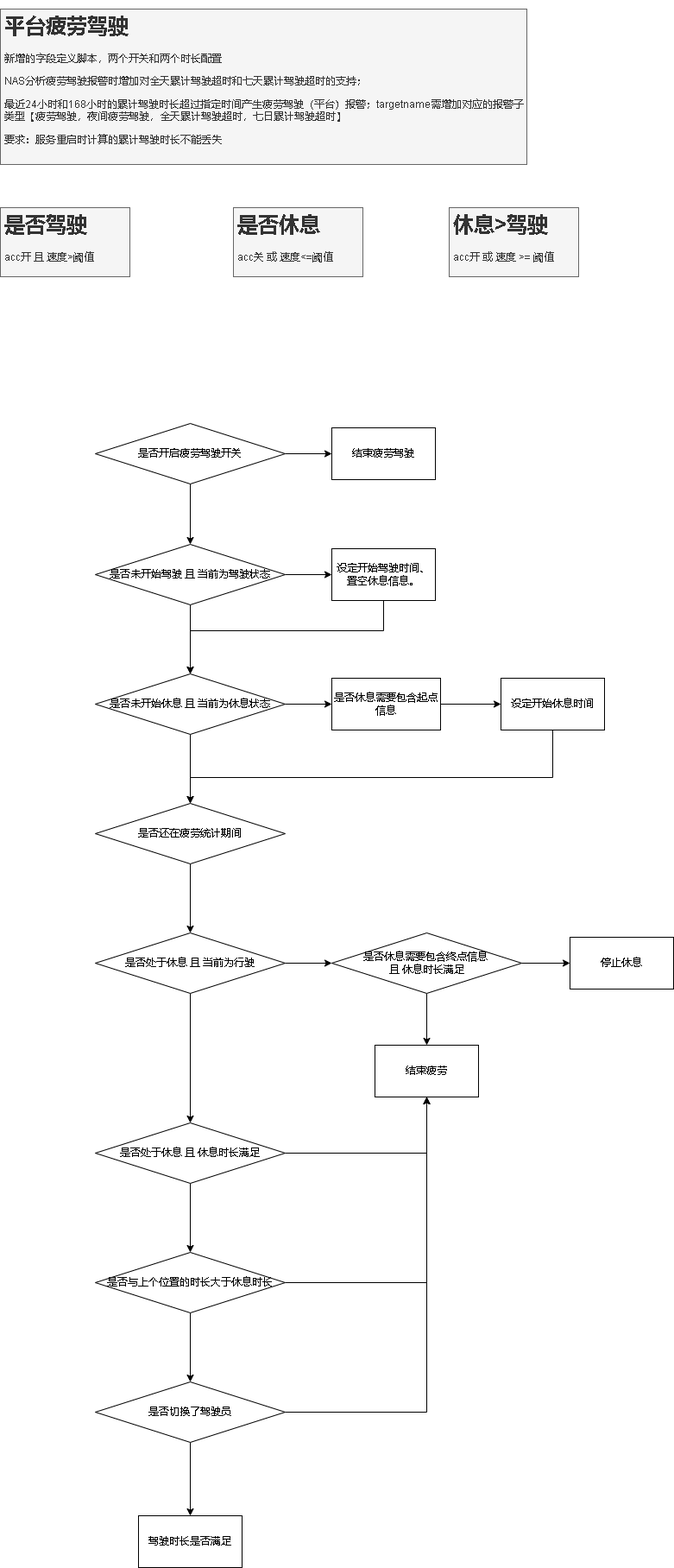
This is 平台疲劳驾驶.drawio.png from xktder/draw, a draw.io export, as it was before one commit. Source tidied: cells renumbered, new cells last; positions are measured from the earlier drawing's top-left corner, leaving out a move shared by most shapes. Its diagram source:
```xml
<mxGraphModel>
  <root>
    <mxCell id="0" />
    <mxCell id="1" parent="0" />
    <mxCell id="2" value="&lt;h1&gt;平台疲劳驾驶&lt;/h1&gt;&lt;p&gt;新增的字段定义脚本，两个开关和两个时长配置&lt;/p&gt;&lt;p&gt;NAS分析疲劳驾驶报警时增加对全天累计驾驶超时和七天累计驾驶超时的支持；&lt;/p&gt;&lt;p&gt;最近24小时和168小时的累计驾驶时长超过指定时间产生疲劳驾驶（平台）报警；targetname需增加对应的报警子类型【疲劳驾驶，夜间疲劳驾驶，全天累计驾驶超时，七日累计驾驶超时】&lt;/p&gt;&lt;p&gt;要求：服务重启时计算的累计驾驶时长不能丢失&lt;/p&gt;" style="text;html=1;strokeColor=#666666;fillColor=#f5f5f5;spacing=5;spacingTop=-20;whiteSpace=wrap;overflow=hidden;rounded=0;fontColor=#333333;" parent="1" vertex="1">
      <mxGeometry width="610" height="180" as="geometry" />
    </mxCell>
    <mxCell id="3" value="&lt;h1&gt;是否驾驶&lt;/h1&gt;&lt;div&gt;acc开 且 速度&amp;gt;阈值&lt;/div&gt;" style="text;html=1;spacing=5;spacingTop=-20;whiteSpace=wrap;overflow=hidden;rounded=0;fillColor=#f5f5f5;fontColor=#333333;strokeColor=#666666;" parent="1" vertex="1">
      <mxGeometry y="230" width="150" height="80" as="geometry" />
    </mxCell>
    <mxCell id="4" value="&lt;h1&gt;是否休息&lt;/h1&gt;&lt;div&gt;acc关 或 速度&amp;lt;=阈值&lt;/div&gt;" style="text;html=1;spacing=5;spacingTop=-20;whiteSpace=wrap;overflow=hidden;rounded=0;fillColor=#f5f5f5;fontColor=#333333;strokeColor=#666666;" parent="1" vertex="1">
      <mxGeometry x="270" y="230" width="150" height="80" as="geometry" />
    </mxCell>
    <mxCell id="5" value="&lt;h1&gt;休息&amp;gt;驾驶&lt;/h1&gt;&lt;div&gt;acc开 或 速度 &amp;gt;= 阈值&lt;/div&gt;" style="text;html=1;spacing=5;spacingTop=-20;whiteSpace=wrap;overflow=hidden;rounded=0;fillColor=#f5f5f5;fontColor=#333333;strokeColor=#666666;" parent="1" vertex="1">
      <mxGeometry x="520" y="230" width="150" height="80" as="geometry" />
    </mxCell>
    <mxCell id="6" style="edgeStyle=orthogonalEdgeStyle;rounded=0;jettySize=auto;html=1;" parent="1" edge="1" source="8" target="9">
      <mxGeometry relative="1" as="geometry" />
    </mxCell>
    <mxCell id="7" style="edgeStyle=orthogonalEdgeStyle;rounded=0;jettySize=auto;html=1;" parent="1" edge="1" source="8" target="12">
      <mxGeometry relative="1" as="geometry" />
    </mxCell>
    <mxCell id="8" value="是否开启疲劳驾驶开关" style="rhombus;whiteSpace=wrap;html=1;" parent="1" vertex="1">
      <mxGeometry x="110" y="480" width="220" height="70" as="geometry" />
    </mxCell>
    <mxCell id="9" value="结束疲劳驾驶" style="whiteSpace=wrap;html=1;" parent="1" vertex="1">
      <mxGeometry x="384" y="485" width="120" height="60" as="geometry" />
    </mxCell>
    <mxCell id="10" style="edgeStyle=orthogonalEdgeStyle;rounded=0;jettySize=auto;html=1;" parent="1" edge="1" source="12" target="14">
      <mxGeometry relative="1" as="geometry" />
    </mxCell>
    <mxCell id="11" style="edgeStyle=orthogonalEdgeStyle;rounded=0;jettySize=auto;html=1;" parent="1" edge="1" source="12" target="17">
      <mxGeometry relative="1" as="geometry" />
    </mxCell>
    <mxCell id="12" value="是否未开始驾驶 且 当前为驾驶状态" style="rhombus;whiteSpace=wrap;html=1;" parent="1" vertex="1">
      <mxGeometry x="110" y="620" width="220" height="70" as="geometry" />
    </mxCell>
    <mxCell id="13" style="edgeStyle=orthogonalEdgeStyle;rounded=0;jettySize=auto;html=1;entryX=0.5;entryY=0;entryDx=0;entryDy=0;" parent="1" edge="1" source="14" target="17">
      <mxGeometry relative="1" as="geometry">
        <Array as="points">
          <mxPoint x="444" y="720" />
          <mxPoint x="220" y="720" />
        </Array>
      </mxGeometry>
    </mxCell>
    <mxCell id="14" value="设定开始驾驶时间、&lt;br&gt;置空休息信息。" style="whiteSpace=wrap;html=1;" parent="1" vertex="1">
      <mxGeometry x="384" y="625" width="120" height="60" as="geometry" />
    </mxCell>
    <mxCell id="15" style="edgeStyle=orthogonalEdgeStyle;rounded=0;jettySize=auto;html=1;entryX=0;entryY=0.5;entryDx=0;entryDy=0;" parent="1" edge="1" source="17" target="19">
      <mxGeometry relative="1" as="geometry" />
    </mxCell>
    <mxCell id="16" style="edgeStyle=orthogonalEdgeStyle;rounded=0;jettySize=auto;html=1;" parent="1" edge="1" source="17" target="23">
      <mxGeometry relative="1" as="geometry" />
    </mxCell>
    <mxCell id="17" value="是否未开始休息 且 当前为休息状态" style="rhombus;whiteSpace=wrap;html=1;" parent="1" vertex="1">
      <mxGeometry x="110" y="770" width="220" height="70" as="geometry" />
    </mxCell>
    <mxCell id="18" style="edgeStyle=orthogonalEdgeStyle;rounded=0;jettySize=auto;html=1;" parent="1" edge="1" source="19" target="21">
      <mxGeometry relative="1" as="geometry" />
    </mxCell>
    <mxCell id="19" value="是否休息需要包含起点信息" style="rounded=0;whiteSpace=wrap;html=1;fontFamily=Helvetica;fontSize=12;fontColor=default;align=center;strokeColor=default;fillColor=default;" parent="1" vertex="1">
      <mxGeometry x="384" y="775" width="126" height="60" as="geometry" />
    </mxCell>
    <mxCell id="20" style="edgeStyle=orthogonalEdgeStyle;rounded=0;jettySize=auto;html=1;entryX=0.5;entryY=0;entryDx=0;entryDy=0;" parent="1" edge="1" source="21" target="23">
      <mxGeometry relative="1" as="geometry">
        <Array as="points">
          <mxPoint x="640" y="890" />
          <mxPoint x="220" y="890" />
        </Array>
      </mxGeometry>
    </mxCell>
    <mxCell id="21" value="设定开始休息时间" style="whiteSpace=wrap;html=1;" parent="1" vertex="1">
      <mxGeometry x="580" y="775" width="120" height="60" as="geometry" />
    </mxCell>
    <mxCell id="22" style="edgeStyle=orthogonalEdgeStyle;rounded=0;jettySize=auto;html=1;" parent="1" edge="1" source="23" target="26">
      <mxGeometry relative="1" as="geometry" />
    </mxCell>
    <mxCell id="23" value="是否还在疲劳统计期间" style="rhombus;whiteSpace=wrap;html=1;" parent="1" vertex="1">
      <mxGeometry x="110" y="920" width="220" height="70" as="geometry" />
    </mxCell>
    <mxCell id="24" style="edgeStyle=orthogonalEdgeStyle;rounded=0;jettySize=auto;html=1;" parent="1" edge="1" source="26" target="29">
      <mxGeometry relative="1" as="geometry" />
    </mxCell>
    <mxCell id="25" style="edgeStyle=orthogonalEdgeStyle;rounded=0;jettySize=auto;html=1;" parent="1" edge="1" source="26" target="34">
      <mxGeometry relative="1" as="geometry" />
    </mxCell>
    <mxCell id="26" value="是否处于休息 且 当前为行驶" style="rhombus;whiteSpace=wrap;html=1;" parent="1" vertex="1">
      <mxGeometry x="110" y="1070" width="220" height="70" as="geometry" />
    </mxCell>
    <mxCell id="27" style="edgeStyle=orthogonalEdgeStyle;rounded=0;jettySize=auto;html=1;entryX=0.5;entryY=0;entryDx=0;entryDy=0;" parent="1" edge="1" source="29" target="30">
      <mxGeometry relative="1" as="geometry" />
    </mxCell>
    <mxCell id="28" style="edgeStyle=orthogonalEdgeStyle;rounded=0;jettySize=auto;html=1;entryX=0;entryY=0.5;entryDx=0;entryDy=0;" parent="1" edge="1" source="29" target="31">
      <mxGeometry relative="1" as="geometry" />
    </mxCell>
    <mxCell id="29" value="是否休息需要包含终点信息 &lt;br&gt;且 休息时长满足" style="rhombus;whiteSpace=wrap;html=1;" parent="1" vertex="1">
      <mxGeometry x="384" y="1070" width="220" height="70" as="geometry" />
    </mxCell>
    <mxCell id="30" value="结束疲劳" style="whiteSpace=wrap;html=1;" parent="1" vertex="1">
      <mxGeometry x="434" y="1200" width="120" height="60" as="geometry" />
    </mxCell>
    <mxCell id="31" value="停止休息" style="whiteSpace=wrap;html=1;" parent="1" vertex="1">
      <mxGeometry x="660" y="1075" width="120" height="60" as="geometry" />
    </mxCell>
    <mxCell id="32" style="edgeStyle=orthogonalEdgeStyle;rounded=0;jettySize=auto;html=1;entryX=0.5;entryY=1;entryDx=0;entryDy=0;" parent="1" edge="1" source="34" target="30">
      <mxGeometry relative="1" as="geometry" />
    </mxCell>
    <mxCell id="33" style="edgeStyle=orthogonalEdgeStyle;rounded=0;jettySize=auto;html=1;" parent="1" edge="1" source="34" target="37">
      <mxGeometry relative="1" as="geometry" />
    </mxCell>
    <mxCell id="34" value="是否处于休息 且 休息时长满足" style="rhombus;whiteSpace=wrap;html=1;" parent="1" vertex="1">
      <mxGeometry x="110" y="1290" width="220" height="70" as="geometry" />
    </mxCell>
    <mxCell id="35" style="edgeStyle=orthogonalEdgeStyle;rounded=0;jettySize=auto;html=1;entryX=0.5;entryY=1;entryDx=0;entryDy=0;" parent="1" edge="1" source="37" target="30">
      <mxGeometry relative="1" as="geometry" />
    </mxCell>
    <mxCell id="36" style="edgeStyle=orthogonalEdgeStyle;rounded=0;jettySize=auto;html=1;" parent="1" edge="1" source="37" target="40">
      <mxGeometry relative="1" as="geometry" />
    </mxCell>
    <mxCell id="37" value="是否与上个位置的时长大于休息时长" style="rhombus;whiteSpace=wrap;html=1;" parent="1" vertex="1">
      <mxGeometry x="110" y="1440" width="220" height="70" as="geometry" />
    </mxCell>
    <mxCell id="38" style="edgeStyle=orthogonalEdgeStyle;rounded=0;jettySize=auto;html=1;entryX=0.5;entryY=1;entryDx=0;entryDy=0;" parent="1" edge="1" source="40" target="30">
      <mxGeometry relative="1" as="geometry" />
    </mxCell>
    <mxCell id="39" style="edgeStyle=orthogonalEdgeStyle;rounded=0;jettySize=auto;html=1;" parent="1" edge="1" source="40" target="41">
      <mxGeometry relative="1" as="geometry" />
    </mxCell>
    <mxCell id="40" value="是否切换了驾驶员" style="rhombus;whiteSpace=wrap;html=1;" parent="1" vertex="1">
      <mxGeometry x="110" y="1590" width="220" height="70" as="geometry" />
    </mxCell>
    <mxCell id="41" value="驾驶时长是否满足" style="whiteSpace=wrap;html=1;" parent="1" vertex="1">
      <mxGeometry x="160" y="1745" width="120" height="60" as="geometry" />
    </mxCell>
  </root>
</mxGraphModel>
```
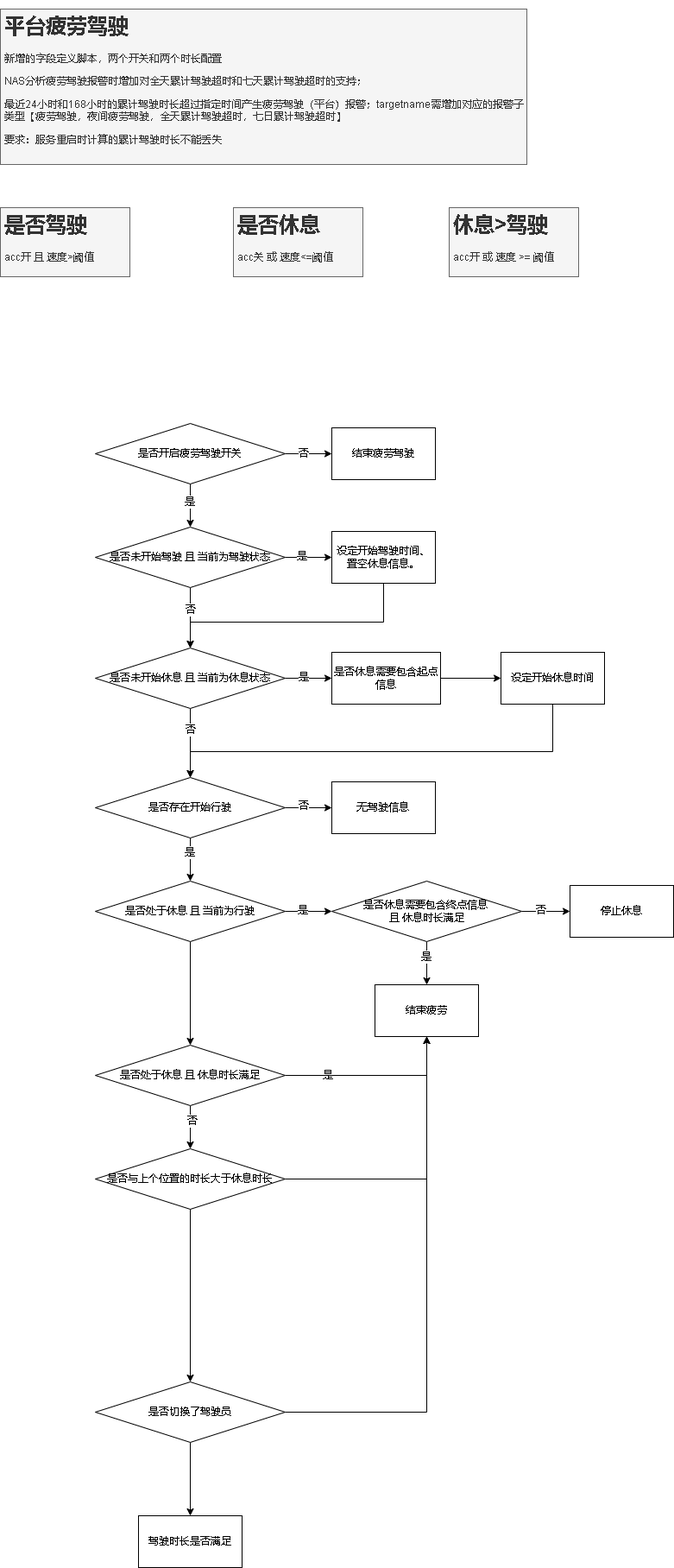
After the change.

Commit message:
更新平台疲劳驾驶.drawio.png

What changed in the source:
```diff
@@ -17,9 +17,15 @@
     <mxCell id="6" style="edgeStyle=orthogonalEdgeStyle;rounded=0;jettySize=auto;html=1;" parent="1" edge="1" source="8" target="9">
       <mxGeometry relative="1" as="geometry" />
     </mxCell>
+    <mxCell id="42" value="否" style="edgeLabel;html=1;align=center;verticalAlign=middle;" parent="6" vertex="1">
+      <mxGeometry x="-0.22" relative="1" as="geometry" />
+    </mxCell>
     <mxCell id="7" style="edgeStyle=orthogonalEdgeStyle;rounded=0;jettySize=auto;html=1;" parent="1" edge="1" source="8" target="12">
       <mxGeometry relative="1" as="geometry" />
     </mxCell>
+    <mxCell id="43" value="是" style="edgeLabel;html=1;align=center;verticalAlign=middle;" parent="7" vertex="1">
+      <mxGeometry x="-0.16" y="-1" relative="1" as="geometry" />
+    </mxCell>
     <mxCell id="8" value="是否开启疲劳驾驶开关" style="rhombus;whiteSpace=wrap;html=1;" parent="1" vertex="1">
       <mxGeometry x="110" y="480" width="220" height="70" as="geometry" />
     </mxCell>
@@ -29,87 +35,127 @@
     <mxCell id="10" style="edgeStyle=orthogonalEdgeStyle;rounded=0;jettySize=auto;html=1;" parent="1" edge="1" source="12" target="14">
       <mxGeometry relative="1" as="geometry" />
     </mxCell>
+    <mxCell id="44" value="是" style="edgeLabel;html=1;align=center;verticalAlign=middle;" parent="10" vertex="1">
+      <mxGeometry x="-0.29" y="1" relative="1" as="geometry" />
+    </mxCell>
     <mxCell id="11" style="edgeStyle=orthogonalEdgeStyle;rounded=0;jettySize=auto;html=1;" parent="1" edge="1" source="12" target="17">
       <mxGeometry relative="1" as="geometry" />
     </mxCell>
+    <mxCell id="45" value="否" style="edgeLabel;html=1;align=center;verticalAlign=middle;" parent="11" vertex="1">
+      <mxGeometry x="-0.26" y="1" relative="1" as="geometry">
+        <mxPoint x="-1" as="offset" />
+      </mxGeometry>
+    </mxCell>
     <mxCell id="12" value="是否未开始驾驶 且 当前为驾驶状态" style="rhombus;whiteSpace=wrap;html=1;" parent="1" vertex="1">
-      <mxGeometry x="110" y="620" width="220" height="70" as="geometry" />
+      <mxGeometry x="110" y="600" width="220" height="70" as="geometry" />
     </mxCell>
     <mxCell id="13" style="edgeStyle=orthogonalEdgeStyle;rounded=0;jettySize=auto;html=1;entryX=0.5;entryY=0;entryDx=0;entryDy=0;" parent="1" edge="1" source="14" target="17">
       <mxGeometry relative="1" as="geometry">
         <Array as="points">
-          <mxPoint x="444" y="720" />
-          <mxPoint x="220" y="720" />
+          <mxPoint x="444" y="710" />
+          <mxPoint x="220" y="710" />
         </Array>
       </mxGeometry>
     </mxCell>
     <mxCell id="14" value="设定开始驾驶时间、&lt;br&gt;置空休息信息。" style="whiteSpace=wrap;html=1;" parent="1" vertex="1">
-      <mxGeometry x="384" y="625" width="120" height="60" as="geometry" />
+      <mxGeometry x="384" y="605" width="120" height="60" as="geometry" />
     </mxCell>
     <mxCell id="15" style="edgeStyle=orthogonalEdgeStyle;rounded=0;jettySize=auto;html=1;entryX=0;entryY=0.5;entryDx=0;entryDy=0;" parent="1" edge="1" source="17" target="19">
       <mxGeometry relative="1" as="geometry" />
     </mxCell>
+    <mxCell id="46" value="是" style="edgeLabel;html=1;align=center;verticalAlign=middle;" parent="15" vertex="1">
+      <mxGeometry x="-0.24" y="1" relative="1" as="geometry" />
+    </mxCell>
     <mxCell id="16" style="edgeStyle=orthogonalEdgeStyle;rounded=0;jettySize=auto;html=1;" parent="1" edge="1" source="17" target="23">
       <mxGeometry relative="1" as="geometry" />
     </mxCell>
+    <mxCell id="47" value="否" style="edgeLabel;html=1;align=center;verticalAlign=middle;" parent="16" vertex="1">
+      <mxGeometry x="-0.39" relative="1" as="geometry" />
+    </mxCell>
     <mxCell id="17" value="是否未开始休息 且 当前为休息状态" style="rhombus;whiteSpace=wrap;html=1;" parent="1" vertex="1">
-      <mxGeometry x="110" y="770" width="220" height="70" as="geometry" />
+      <mxGeometry x="110" y="740" width="220" height="70" as="geometry" />
     </mxCell>
     <mxCell id="18" style="edgeStyle=orthogonalEdgeStyle;rounded=0;jettySize=auto;html=1;" parent="1" edge="1" source="19" target="21">
       <mxGeometry relative="1" as="geometry" />
     </mxCell>
     <mxCell id="19" value="是否休息需要包含起点信息" style="rounded=0;whiteSpace=wrap;html=1;fontFamily=Helvetica;fontSize=12;fontColor=default;align=center;strokeColor=default;fillColor=default;" parent="1" vertex="1">
-      <mxGeometry x="384" y="775" width="126" height="60" as="geometry" />
+      <mxGeometry x="384" y="745" width="126" height="60" as="geometry" />
     </mxCell>
     <mxCell id="20" style="edgeStyle=orthogonalEdgeStyle;rounded=0;jettySize=auto;html=1;entryX=0.5;entryY=0;entryDx=0;entryDy=0;" parent="1" edge="1" source="21" target="23">
       <mxGeometry relative="1" as="geometry">
         <Array as="points">
-          <mxPoint x="640" y="890" />
-          <mxPoint x="220" y="890" />
+          <mxPoint x="640" y="860" />
+          <mxPoint x="220" y="860" />
         </Array>
       </mxGeometry>
     </mxCell>
     <mxCell id="21" value="设定开始休息时间" style="whiteSpace=wrap;html=1;" parent="1" vertex="1">
-      <mxGeometry x="580" y="775" width="120" height="60" as="geometry" />
+      <mxGeometry x="580" y="745" width="120" height="60" as="geometry" />
     </mxCell>
     <mxCell id="22" style="edgeStyle=orthogonalEdgeStyle;rounded=0;jettySize=auto;html=1;" parent="1" edge="1" source="23" target="26">
       <mxGeometry relative="1" as="geometry" />
     </mxCell>
+    <mxCell id="48" value="是" style="edgeLabel;html=1;align=center;verticalAlign=middle;" parent="22" vertex="1">
+      <mxGeometry x="-0.31" y="-1" relative="1" as="geometry" />
+    </mxCell>
+    <mxCell id="49" style="edgeStyle=orthogonalEdgeStyle;rounded=0;jettySize=auto;html=1;" parent="1" edge="1" source="23" target="56">
+      <mxGeometry relative="1" as="geometry" />
+    </mxCell>
+    <mxCell id="50" value="否" style="edgeLabel;html=1;align=center;verticalAlign=middle;" parent="49" vertex="1">
+      <mxGeometry x="-0.24" y="2" relative="1" as="geometry" />
+    </mxCell>
-    <mxCell id="23" value="是否还在疲劳统计期间" style="rhombus;whiteSpace=wrap;html=1;" parent="1" vertex="1">
-      <mxGeometry x="110" y="920" width="220" height="70" as="geometry" />
+    <mxCell id="23" value="是否存在开始行驶" style="rhombus;whiteSpace=wrap;html=1;" parent="1" vertex="1">
+      <mxGeometry x="110" y="890" width="220" height="70" as="geometry" />
     </mxCell>
     <mxCell id="24" style="edgeStyle=orthogonalEdgeStyle;rounded=0;jettySize=auto;html=1;" parent="1" edge="1" source="26" target="29">
       <mxGeometry relative="1" as="geometry" />
     </mxCell>
+    <mxCell id="51" value="是" style="edgeLabel;html=1;align=center;verticalAlign=middle;" parent="24" vertex="1">
+      <mxGeometry x="-0.27" y="1" relative="1" as="geometry" />
+    </mxCell>
     <mxCell id="25" style="edgeStyle=orthogonalEdgeStyle;rounded=0;jettySize=auto;html=1;" parent="1" edge="1" source="26" target="34">
       <mxGeometry relative="1" as="geometry" />
     </mxCell>
     <mxCell id="26" value="是否处于休息 且 当前为行驶" style="rhombus;whiteSpace=wrap;html=1;" parent="1" vertex="1">
-      <mxGeometry x="110" y="1070" width="220" height="70" as="geometry" />
+      <mxGeometry x="110" y="1010" width="220" height="70" as="geometry" />
     </mxCell>
     <mxCell id="27" style="edgeStyle=orthogonalEdgeStyle;rounded=0;jettySize=auto;html=1;entryX=0.5;entryY=0;entryDx=0;entryDy=0;" parent="1" edge="1" source="29" target="30">
       <mxGeometry relative="1" as="geometry" />
     </mxCell>
+    <mxCell id="52" value="是" style="edgeLabel;html=1;align=center;verticalAlign=middle;" parent="27" vertex="1">
+      <mxGeometry x="-0.31" y="-1" relative="1" as="geometry">
+        <mxPoint y="1" as="offset" />
+      </mxGeometry>
+    </mxCell>
     <mxCell id="28" style="edgeStyle=orthogonalEdgeStyle;rounded=0;jettySize=auto;html=1;entryX=0;entryY=0.5;entryDx=0;entryDy=0;" parent="1" edge="1" source="29" target="31">
       <mxGeometry relative="1" as="geometry" />
     </mxCell>
+    <mxCell id="53" value="否" style="edgeLabel;html=1;align=center;verticalAlign=middle;" parent="28" vertex="1">
+      <mxGeometry x="-0.24" y="1" relative="1" as="geometry" />
+    </mxCell>
     <mxCell id="29" value="是否休息需要包含终点信息 &lt;br&gt;且 休息时长满足" style="rhombus;whiteSpace=wrap;html=1;" parent="1" vertex="1">
-      <mxGeometry x="384" y="1070" width="220" height="70" as="geometry" />
+      <mxGeometry x="384" y="1010" width="220" height="70" as="geometry" />
     </mxCell>
     <mxCell id="30" value="结束疲劳" style="whiteSpace=wrap;html=1;" parent="1" vertex="1">
-      <mxGeometry x="434" y="1200" width="120" height="60" as="geometry" />
+      <mxGeometry x="434" y="1130" width="120" height="60" as="geometry" />
     </mxCell>
     <mxCell id="31" value="停止休息" style="whiteSpace=wrap;html=1;" parent="1" vertex="1">
-      <mxGeometry x="660" y="1075" width="120" height="60" as="geometry" />
+      <mxGeometry x="660" y="1015" width="120" height="60" as="geometry" />
     </mxCell>
     <mxCell id="32" style="edgeStyle=orthogonalEdgeStyle;rounded=0;jettySize=auto;html=1;entryX=0.5;entryY=1;entryDx=0;entryDy=0;" parent="1" edge="1" source="34" target="30">
       <mxGeometry relative="1" as="geometry" />
     </mxCell>
+    <mxCell id="54" value="是" style="edgeLabel;html=1;align=center;verticalAlign=middle;" parent="32" vertex="1">
+      <mxGeometry x="-0.53" relative="1" as="geometry" />
+    </mxCell>
     <mxCell id="33" style="edgeStyle=orthogonalEdgeStyle;rounded=0;jettySize=auto;html=1;" parent="1" edge="1" source="34" target="37">
       <mxGeometry relative="1" as="geometry" />
     </mxCell>
+    <mxCell id="55" value="否" style="edgeLabel;html=1;align=center;verticalAlign=middle;" parent="33" vertex="1">
+      <mxGeometry x="-0.28" y="2" relative="1" as="geometry" />
+    </mxCell>
     <mxCell id="34" value="是否处于休息 且 休息时长满足" style="rhombus;whiteSpace=wrap;html=1;" parent="1" vertex="1">
-      <mxGeometry x="110" y="1290" width="220" height="70" as="geometry" />
+      <mxGeometry x="110" y="1200" width="220" height="70" as="geometry" />
     </mxCell>
     <mxCell id="35" style="edgeStyle=orthogonalEdgeStyle;rounded=0;jettySize=auto;html=1;entryX=0.5;entryY=1;entryDx=0;entryDy=0;" parent="1" edge="1" source="37" target="30">
       <mxGeometry relative="1" as="geometry" />
@@ -118,7 +164,7 @@
       <mxGeometry relative="1" as="geometry" />
     </mxCell>
     <mxCell id="37" value="是否与上个位置的时长大于休息时长" style="rhombus;whiteSpace=wrap;html=1;" parent="1" vertex="1">
-      <mxGeometry x="110" y="1440" width="220" height="70" as="geometry" />
+      <mxGeometry x="110" y="1320" width="220" height="70" as="geometry" />
     </mxCell>
     <mxCell id="38" style="edgeStyle=orthogonalEdgeStyle;rounded=0;jettySize=auto;html=1;entryX=0.5;entryY=1;entryDx=0;entryDy=0;" parent="1" edge="1" source="40" target="30">
       <mxGeometry relative="1" as="geometry" />
@@ -132,5 +178,8 @@
     <mxCell id="41" value="驾驶时长是否满足" style="whiteSpace=wrap;html=1;" parent="1" vertex="1">
       <mxGeometry x="160" y="1745" width="120" height="60" as="geometry" />
     </mxCell>
+    <mxCell id="56" value="无驾驶信息" style="whiteSpace=wrap;html=1;" parent="1" vertex="1">
+      <mxGeometry x="384" y="895" width="120" height="60" as="geometry" />
+    </mxCell>
   </root>
 </mxGraphModel>
```
